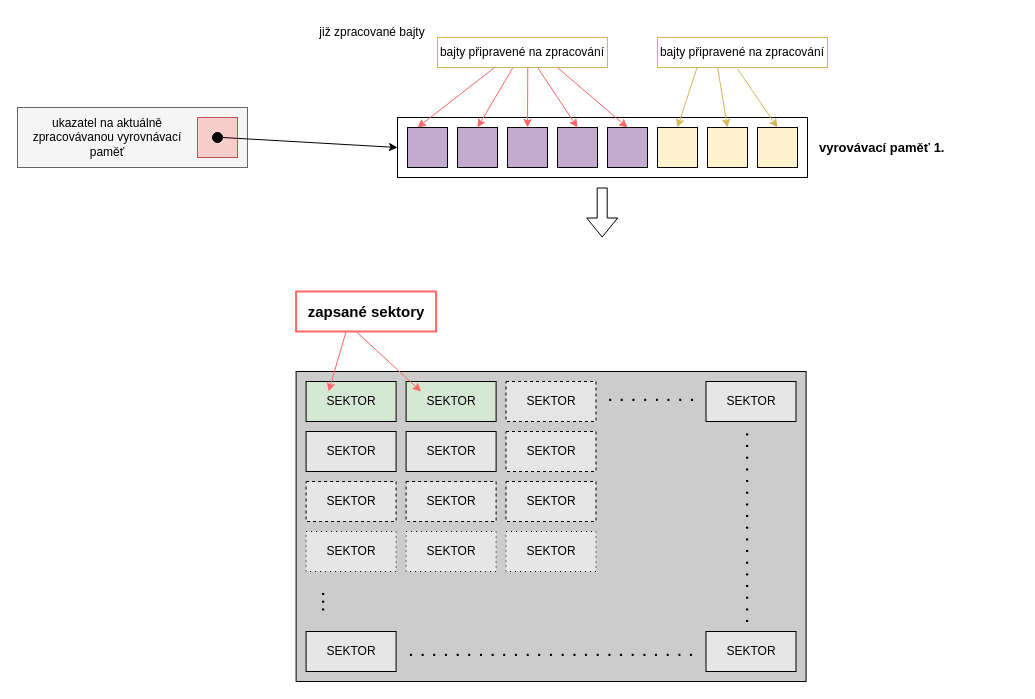
Doly02/thesis keeps this draw.io diagram as diagrams/batch_processing/batch_processing.drawio. Above is the earlier version. Source tidied: cells renumbered, new cells numbered last; positions are measured from the earlier drawing's top-left corner, leaving out a move shared by most shapes. Both pictures are drawn from the tidied source at 100%, with x=0, y=0 at pixel (17, 17).
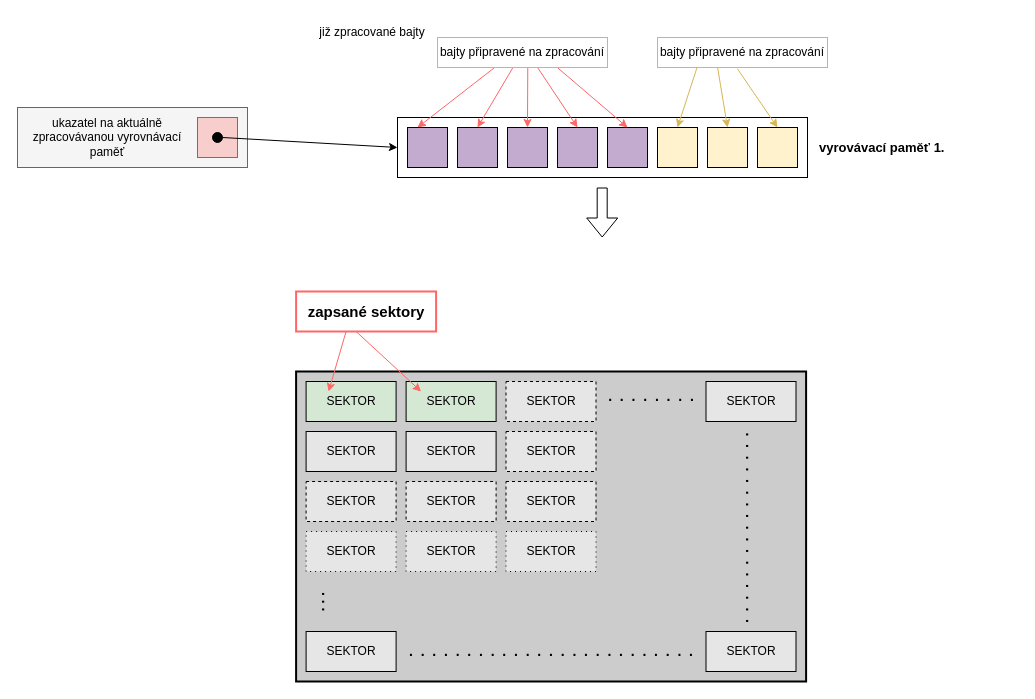
The same page after the edit.

Diff of the diagram source:
```diff
@@
-    <mxCell id="29" style="rounded=0;whiteSpace=wrap;html=1;fillColor=#CCCCCC;" parent="1" vertex="1">
+    <mxCell id="29" style="rounded=0;whiteSpace=wrap;html=1;fillColor=#CCCCCC;strokeWidth=2;" parent="1" vertex="1">
       <mxGeometry x="278.6" y="354" width="510" height="310" as="geometry" />
     </mxCell>
```
